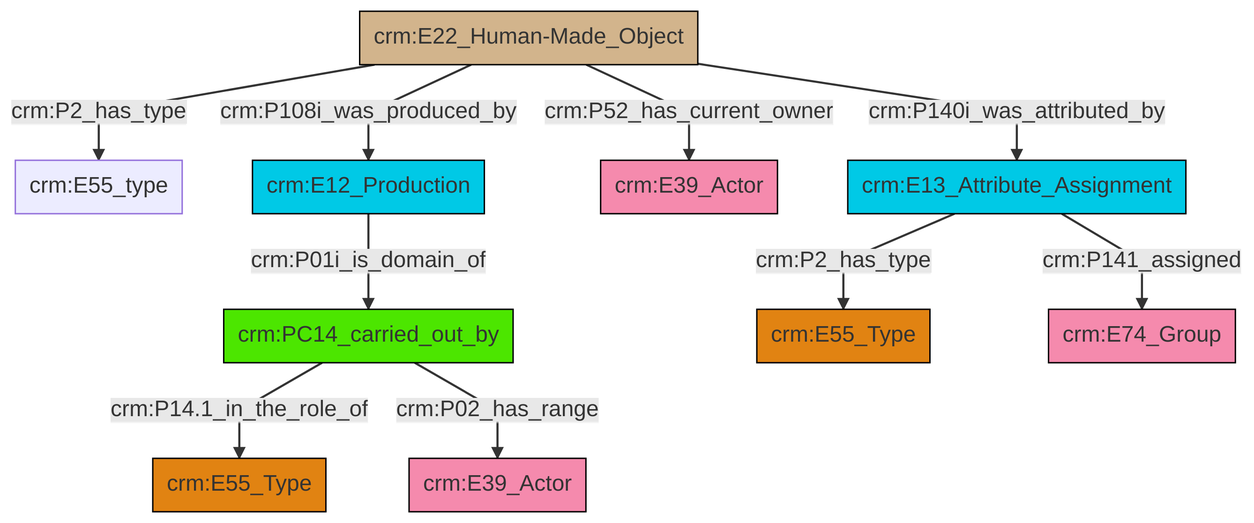
The Mermaid diagram et/builtWorkCSV/ttl/mmd/png/Built_Work_actor_relations.png in swiss-art-research-net/reference-data-models, before a commit. Its source is kept beside it as et/builtWorkCSV/ttl/mmd/Built_Work_actor_relations.ttl.mmd. Its diagram source:
```mermaid
graph TD
classDef Literal fill:#f2f2f2,stroke:#000000;
classDef CRM_Entity fill:#FFFFFF,stroke:#000000;
classDef Temporal_Entity fill:#00C9E6, stroke:#000000;
classDef Type fill:#E18312, stroke:#000000;
classDef Time-Span fill:#2C9C91, stroke:#000000;
classDef Appellation fill:#FFEB7F, stroke:#000000;
classDef Place fill:#008836, stroke:#000000;
classDef Persistent_Item fill:#B266B2, stroke:#000000;
classDef Conceptual_Object fill:#FFD700, stroke:#000000;
classDef Physical_Thing fill:#D2B48C, stroke:#000000;
classDef Actor fill:#f58aad, stroke:#000000;
classDef PC_Classes fill:#4ce600, stroke:#000000;
classDef Multi fill:#cccccc,stroke:#000000;

2["crm:E22_Human-Made_Object"]:::Physical_Thing -->|crm:P2_has_type| 3["crm:E55_type"]:::Default
9["crm:E12_Production"]:::Temporal_Entity -->|crm:P01i_is_domain_of| 5["crm:PC14_carried_out_by"]:::PC_Classes
2["crm:E22_Human-Made_Object"]:::Physical_Thing -->|crm:P108i_was_produced_by| 9["crm:E12_Production"]:::Temporal_Entity
5["crm:PC14_carried_out_by"]:::PC_Classes -->|crm:P14.1_in_the_role_of| 10["crm:E55_Type"]:::Type
2["crm:E22_Human-Made_Object"]:::Physical_Thing -->|crm:P52_has_current_owner| 15["crm:E39_Actor"]:::Actor
2["crm:E22_Human-Made_Object"]:::Physical_Thing -->|crm:P140i_was_attributed_by| 7["crm:E13_Attribute_Assignment"]:::Temporal_Entity
7["crm:E13_Attribute_Assignment"]:::Temporal_Entity -->|crm:P2_has_type| 13["crm:E55_Type"]:::Type
5["crm:PC14_carried_out_by"]:::PC_Classes -->|crm:P02_has_range| 16["crm:E39_Actor"]:::Actor
7["crm:E13_Attribute_Assignment"]:::Temporal_Entity -->|crm:P141_assigned| 0["crm:E74_Group"]:::Actor
```
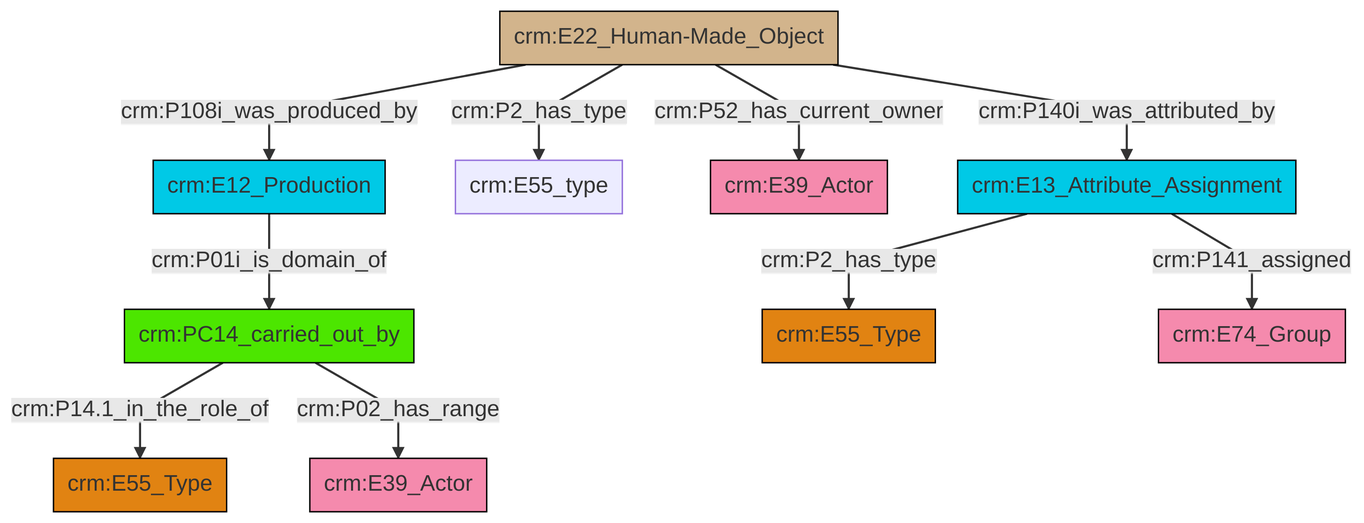
Later version of the same file.

What changed in the source:
```diff
@@ -13,12 +13,12 @@
 classDef PC_Classes fill:#4ce600, stroke:#000000;
 classDef Multi fill:#cccccc,stroke:#000000;
 
-2["crm:E22_Human-Made_Object"]:::Physical_Thing -->|crm:P2_has_type| 3["crm:E55_type"]:::Default
-9["crm:E12_Production"]:::Temporal_Entity -->|crm:P01i_is_domain_of| 5["crm:PC14_carried_out_by"]:::PC_Classes
-2["crm:E22_Human-Made_Object"]:::Physical_Thing -->|crm:P108i_was_produced_by| 9["crm:E12_Production"]:::Temporal_Entity
-5["crm:PC14_carried_out_by"]:::PC_Classes -->|crm:P14.1_in_the_role_of| 10["crm:E55_Type"]:::Type
-2["crm:E22_Human-Made_Object"]:::Physical_Thing -->|crm:P52_has_current_owner| 15["crm:E39_Actor"]:::Actor
-2["crm:E22_Human-Made_Object"]:::Physical_Thing -->|crm:P140i_was_attributed_by| 7["crm:E13_Attribute_Assignment"]:::Temporal_Entity
-7["crm:E13_Attribute_Assignment"]:::Temporal_Entity -->|crm:P2_has_type| 13["crm:E55_Type"]:::Type
-5["crm:PC14_carried_out_by"]:::PC_Classes -->|crm:P02_has_range| 16["crm:E39_Actor"]:::Actor
-7["crm:E13_Attribute_Assignment"]:::Temporal_Entity -->|crm:P141_assigned| 0["crm:E74_Group"]:::Actor
+0["crm:E12_Production"]:::Temporal_Entity -->|crm:P01i_is_domain_of| 1["crm:PC14_carried_out_by"]:::PC_Classes
+8["crm:E22_Human-Made_Object"]:::Physical_Thing -->|crm:P2_has_type| 2["crm:E55_type"]:::Default
+8["crm:E22_Human-Made_Object"]:::Physical_Thing -->|crm:P108i_was_produced_by| 0["crm:E12_Production"]:::Temporal_Entity
+8["crm:E22_Human-Made_Object"]:::Physical_Thing -->|crm:P140i_was_attributed_by| 9["crm:E13_Attribute_Assignment"]:::Temporal_Entity
+1["crm:PC14_carried_out_by"]:::PC_Classes -->|crm:P14.1_in_the_role_of| 13["crm:E55_Type"]:::Type
+1["crm:PC14_carried_out_by"]:::PC_Classes -->|crm:P02_has_range| 4["crm:E39_Actor"]:::Actor
+9["crm:E13_Attribute_Assignment"]:::Temporal_Entity -->|crm:P2_has_type| 11["crm:E55_Type"]:::Type
+9["crm:E13_Attribute_Assignment"]:::Temporal_Entity -->|crm:P141_assigned| 16["crm:E74_Group"]:::Actor
+8["crm:E22_Human-Made_Object"]:::Physical_Thing -->|crm:P52_has_current_owner| 6["crm:E39_Actor"]:::Actor
```
